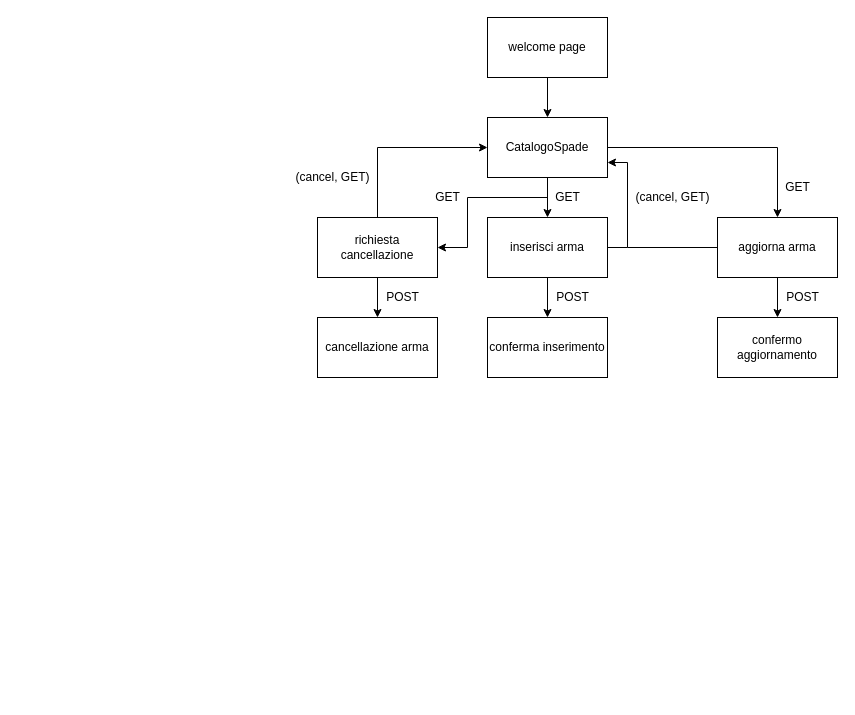
mauromado/CatalogoSpade keeps this draw.io diagram as page "SEQUENZA INTERAZIONE PAGINE" (3 of 3) of resources/DIAGRAMMA_ARMI.drawio. Above is the earlier version. Source tidied: cells renumbered, new cells numbered last; positions are measured from the earlier drawing's top-left corner, leaving out a move shared by most shapes. Both pictures are drawn from the tidied source at 100%, with x=0, y=0 at pixel (287, 17).
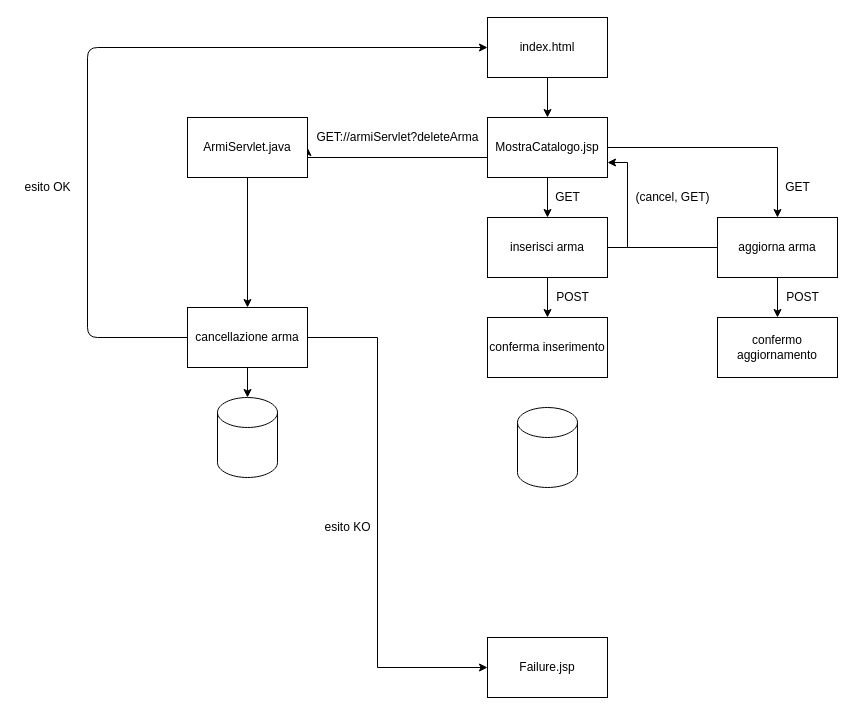
The same diagram, later.

What changed in the source:
```diff
@@
-    <mxCell id="3" value="welcome page" style="rounded=0;whiteSpace=wrap;html=1;" parent="1" vertex="1">
+    <mxCell id="3" value="index.html" style="rounded=0;whiteSpace=wrap;html=1;" parent="1" vertex="1">
       <mxGeometry x="200" width="120" height="60" as="geometry" />
     </mxCell>
@@
     <mxCell id="5" style="edgeStyle=orthogonalEdgeStyle;rounded=0;jettySize=auto;html=1;entryX=1;entryY=0.5;entryDx=0;entryDy=0;exitX=0.5;exitY=1;exitDx=0;exitDy=0;" parent="1" edge="1" source="7" target="14">
       <mxGeometry relative="1" as="geometry">
         <Array as="points">
-          <mxPoint x="260" y="180" />
-          <mxPoint x="180" y="180" />
-          <mxPoint x="180" y="230" />
+          <mxPoint x="260" y="140" />
         </Array>
       </mxGeometry>
     </mxCell>
@@
-    <mxCell id="7" value="CatalogoSpade" style="rounded=0;whiteSpace=wrap;html=1;" parent="1" vertex="1">
+    <mxCell id="7" value="MostraCatalogo.jsp" style="rounded=0;whiteSpace=wrap;html=1;" parent="1" vertex="1">
       <mxGeometry x="200" y="100" width="120" height="60" as="geometry" />
     </mxCell>
@@
-    <mxCell id="13" style="edgeStyle=orthogonalEdgeStyle;rounded=0;jettySize=auto;html=1;entryX=0;entryY=0.5;entryDx=0;entryDy=0;exitX=0.5;exitY=0;exitDx=0;exitDy=0;" parent="1" edge="1" source="14" target="7">
-      <mxGeometry relative="1" as="geometry" />
-    </mxCell>
-    <mxCell id="14" value="richiesta cancellazione" style="rounded=0;whiteSpace=wrap;html=1;" parent="1" vertex="1">
-      <mxGeometry x="30" y="200" width="120" height="60" as="geometry" />
+    <mxCell id="14" value="ArmiServlet.java" style="rounded=0;whiteSpace=wrap;html=1;" parent="1" vertex="1">
+      <mxGeometry x="-100" y="100" width="120" height="60" as="geometry" />
     </mxCell>
@@
-    <mxCell id="17" value="GET" style="text;html=1;align=center;verticalAlign=middle;strokeColor=none;fillColor=none;" parent="1" vertex="1">
-      <mxGeometry x="140" y="170" width="40" height="20" as="geometry" />
+    <mxCell id="17" value="GET://armiServlet?deleteArma" style="text;html=1;align=center;verticalAlign=middle;strokeColor=none;fillColor=none;" parent="1" vertex="1">
+      <mxGeometry x="20" y="110" width="180" height="20" as="geometry" />
     </mxCell>
+    <mxCell id="28" style="edgeStyle=orthogonalEdgeStyle;rounded=0;jettySize=auto;html=1;exitX=1;exitY=0.5;exitDx=0;exitDy=0;entryX=0;entryY=0.5;entryDx=0;entryDy=0;" parent="1" edge="1" source="18" target="34">
+      <mxGeometry relative="1" as="geometry">
+        <Array as="points">
+          <mxPoint x="90" y="320" />
+          <mxPoint x="90" y="650" />
+        </Array>
+      </mxGeometry>
+    </mxCell>
     <mxCell id="18" value="cancellazione arma" style="rounded=0;whiteSpace=wrap;html=1;" parent="1" vertex="1">
-      <mxGeometry x="30" y="300" width="120" height="60" as="geometry" />
+      <mxGeometry x="-100" y="290" width="120" height="60" as="geometry" />
     </mxCell>
-    <mxCell id="19" value="POST" style="text;html=1;align=center;verticalAlign=middle;strokeColor=none;fillColor=none;" parent="1" vertex="1">
-      <mxGeometry x="90" y="270" width="50" height="20" as="geometry" />
-    </mxCell>
@@
-    <mxCell id="21" value="(cancel, GET)" style="text;html=1;align=center;verticalAlign=middle;strokeColor=none;fillColor=none;" parent="1" vertex="1">
-      <mxGeometry y="150" width="90" height="20" as="geometry" />
-    </mxCell>
@@
+    <mxCell id="29" style="shape=cylinder3;whiteSpace=wrap;html=1;boundedLbl=1;backgroundOutline=1;size=15;" parent="1" vertex="1">
+      <mxGeometry x="230" y="390" width="60" height="80" as="geometry" />
+    </mxCell>
+    <mxCell id="30" style="shape=cylinder3;whiteSpace=wrap;html=1;boundedLbl=1;backgroundOutline=1;size=15;" parent="1" vertex="1">
+      <mxGeometry x="-70" y="380" width="60" height="80" as="geometry" />
+    </mxCell>
+    <mxCell id="31" style="endArrow=classic;html=1;exitX=0.5;exitY=1;exitDx=0;exitDy=0;entryX=0.5;entryY=0;entryDx=0;entryDy=0;entryPerimeter=0;" parent="1" edge="1" source="18" target="30">
+      <mxGeometry relative="1" as="geometry" />
+    </mxCell>
+    <mxCell id="32" style="endArrow=classic;html=1;exitX=0;exitY=0.5;exitDx=0;exitDy=0;entryX=0;entryY=0.5;entryDx=0;entryDy=0;" parent="1" edge="1" source="18" target="3">
+      <mxGeometry relative="1" as="geometry">
+        <Array as="points">
+          <mxPoint x="-200" y="320" />
+          <mxPoint x="-200" y="30" />
+        </Array>
+      </mxGeometry>
+    </mxCell>
+    <mxCell id="33" value="esito OK" style="text;html=1;align=center;verticalAlign=middle;" parent="1" vertex="1">
+      <mxGeometry x="-270" y="160" width="60" height="20" as="geometry" />
+    </mxCell>
+    <mxCell id="34" value="Failure.jsp" style="rounded=0;whiteSpace=wrap;html=1;" parent="1" vertex="1">
+      <mxGeometry x="200" y="620" width="120" height="60" as="geometry" />
+    </mxCell>
+    <mxCell id="35" value="esito KO" style="text;html=1;align=center;verticalAlign=middle;" parent="1" vertex="1">
+      <mxGeometry x="30" y="500" width="60" height="20" as="geometry" />
+    </mxCell>
```
